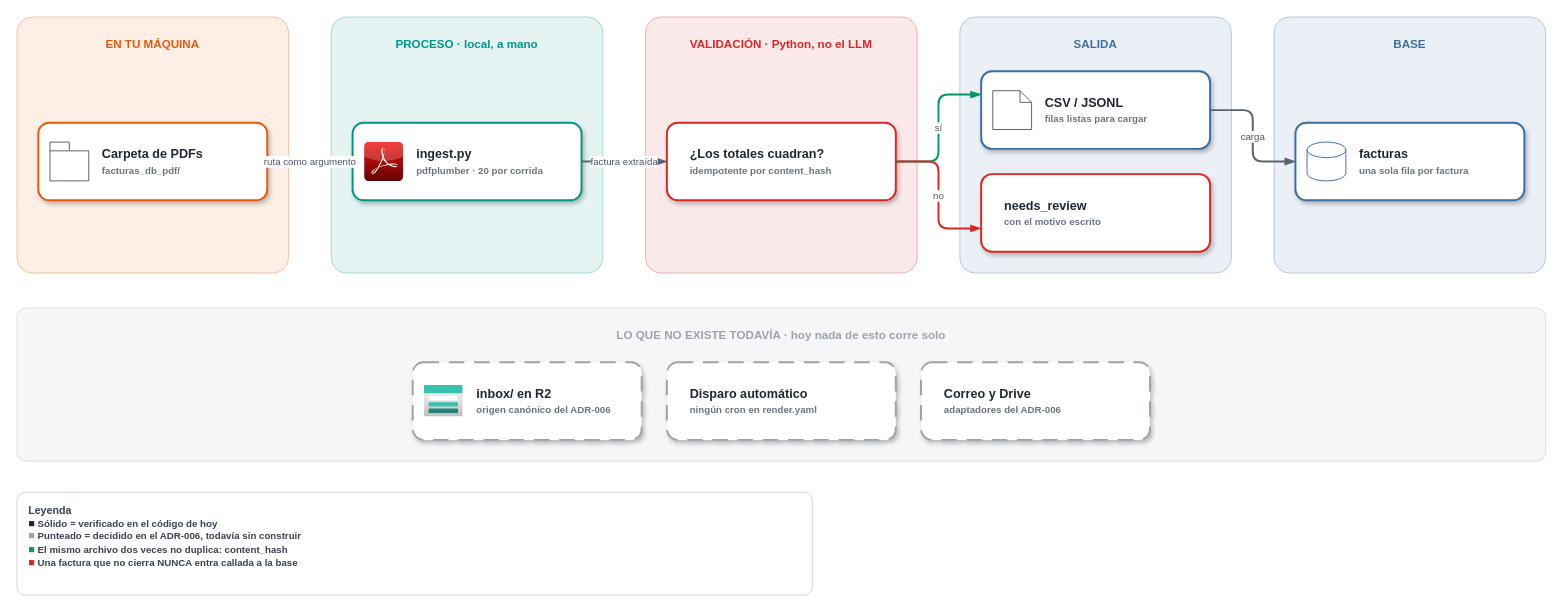
alucard9295-cell/Proyecto-SOMA keeps this draw.io diagram as docs/diagrams/soma-ingesta-factura.drawio. Above is the earlier version. Source tidied: cells renumbered, new cells numbered last; positions are measured from the earlier drawing's top-left corner, leaving out a move shared by most shapes. Both pictures are drawn from the tidied source at 97%, with x=0, y=0 at pixel (16, 16).
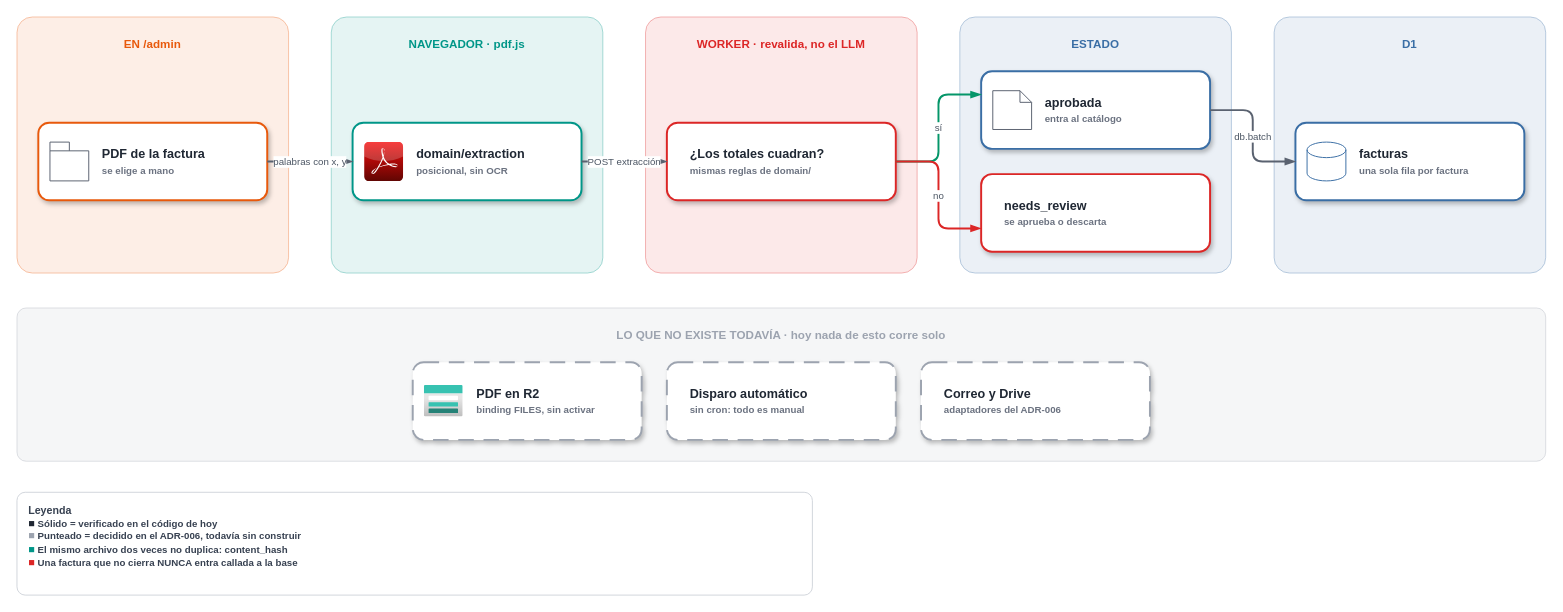
Above is the later version.

The change refers to these unchanged cells:
```xml
<mxCell id="15" value="facturas&lt;br&gt;&lt;font style='font-size:10px' color='#6B7280'&gt;una sola fila por factura&lt;/font&gt;" style="rounded=1;arcSize=14;html=1;whiteSpace=wrap;fillColor=#FFFFFF;strokeColor=#3A6EA5;strokeWidth=2;align=left;spacingLeft=64;verticalAlign=middle;fontSize=13;fontStyle=1;fontColor=#1F2733;shadow=1;" parent="1" vertex="1">
  <mxGeometry x="1318" y="109" width="236" height="80" as="geometry" />
</mxCell>
```

Change to the diagram source:
```diff
@@
-    <mxCell id="2" value="EN TU MÁQUINA" style="rounded=1;arcSize=6;html=1;whiteSpace=wrap;fillColor=#E8590C1A;strokeColor=#E8590C55;dashed=0;verticalAlign=top;align=center;spacingTop=14;fontSize=12;fontStyle=1;fontColor=#E8590C;" parent="1" vertex="1">
+    <mxCell id="2" value="EN /admin" style="rounded=1;arcSize=6;html=1;whiteSpace=wrap;fillColor=#E8590C1A;strokeColor=#E8590C55;dashed=0;verticalAlign=top;align=center;spacingTop=14;fontSize=12;fontStyle=1;fontColor=#E8590C;" parent="1" vertex="1">
       <mxGeometry width="280" height="264" as="geometry" />
     </mxCell>
-    <mxCell id="3" value="Carpeta de PDFs&lt;br&gt;&lt;font style='font-size:10px' color='#6B7280'&gt;facturas_db_pdf/&lt;/font&gt;" style="rounded=1;arcSize=14;html=1;whiteSpace=wrap;fillColor=#FFFFFF;strokeColor=#E8590C;strokeWidth=2;align=left;spacingLeft=64;verticalAlign=middle;fontSize=13;fontStyle=1;fontColor=#1F2733;shadow=1;" parent="1" vertex="1">
+    <mxCell id="3" value="PDF de la factura&lt;br&gt;&lt;font style='font-size:10px' color='#6B7280'&gt;se elige a mano&lt;/font&gt;" style="rounded=1;arcSize=14;html=1;whiteSpace=wrap;fillColor=#FFFFFF;strokeColor=#E8590C;strokeWidth=2;align=left;spacingLeft=64;verticalAlign=middle;fontSize=13;fontStyle=1;fontColor=#1F2733;shadow=1;" parent="1" vertex="1">
       <mxGeometry x="22" y="109" width="236" height="80" as="geometry" />
     </mxCell>
@@
-    <mxCell id="5" value="PROCESO  ·  local, a mano" style="rounded=1;arcSize=6;html=1;whiteSpace=wrap;fillColor=#0096881A;strokeColor=#00968855;dashed=0;verticalAlign=top;align=center;spacingTop=14;fontSize=12;fontStyle=1;fontColor=#009688;" parent="1" vertex="1">
+    <mxCell id="5" value="NAVEGADOR  ·  pdf.js" style="rounded=1;arcSize=6;html=1;whiteSpace=wrap;fillColor=#0096881A;strokeColor=#00968855;dashed=0;verticalAlign=top;align=center;spacingTop=14;fontSize=12;fontStyle=1;fontColor=#009688;" parent="1" vertex="1">
       <mxGeometry x="324" width="280" height="264" as="geometry" />
     </mxCell>
-    <mxCell id="6" value="ingest.py&lt;br&gt;&lt;font style='font-size:10px' color='#6B7280'&gt;pdfplumber  ·  20 por corrida&lt;/font&gt;" style="rounded=1;arcSize=14;html=1;whiteSpace=wrap;fillColor=#FFFFFF;strokeColor=#009688;strokeWidth=2;align=left;spacingLeft=64;verticalAlign=middle;fontSize=13;fontStyle=1;fontColor=#1F2733;shadow=1;" parent="1" vertex="1">
+    <mxCell id="6" value="domain/extraction&lt;br&gt;&lt;font style='font-size:10px' color='#6B7280'&gt;posicional, sin OCR&lt;/font&gt;" style="rounded=1;arcSize=14;html=1;whiteSpace=wrap;fillColor=#FFFFFF;strokeColor=#009688;strokeWidth=2;align=left;spacingLeft=64;verticalAlign=middle;fontSize=13;fontStyle=1;fontColor=#1F2733;shadow=1;" parent="1" vertex="1">
       <mxGeometry x="346" y="109" width="236" height="80" as="geometry" />
     </mxCell>
@@
-    <mxCell id="8" value="VALIDACIÓN  ·  Python, no el LLM" style="rounded=1;arcSize=6;html=1;whiteSpace=wrap;fillColor=#DC26261A;strokeColor=#DC262655;dashed=0;verticalAlign=top;align=center;spacingTop=14;fontSize=12;fontStyle=1;fontColor=#DC2626;" parent="1" vertex="1">
+    <mxCell id="8" value="WORKER  ·  revalida, no el LLM" style="rounded=1;arcSize=6;html=1;whiteSpace=wrap;fillColor=#DC26261A;strokeColor=#DC262655;dashed=0;verticalAlign=top;align=center;spacingTop=14;fontSize=12;fontStyle=1;fontColor=#DC2626;" parent="1" vertex="1">
       <mxGeometry x="648" width="280" height="264" as="geometry" />
     </mxCell>
-    <mxCell id="9" value="¿Los totales cuadran?&lt;br&gt;&lt;font style='font-size:10px' color='#6B7280'&gt;idempotente por content_hash&lt;/font&gt;" style="rounded=1;arcSize=14;html=1;whiteSpace=wrap;fillColor=#FFFFFF;strokeColor=#DC2626;strokeWidth=2;align=left;spacingLeft=22;verticalAlign=middle;fontSize=13;fontStyle=1;fontColor=#1F2733;shadow=1;" parent="1" vertex="1">
+    <mxCell id="9" value="¿Los totales cuadran?&lt;br&gt;&lt;font style='font-size:10px' color='#6B7280'&gt;mismas reglas de domain/&lt;/font&gt;" style="rounded=1;arcSize=14;html=1;whiteSpace=wrap;fillColor=#FFFFFF;strokeColor=#DC2626;strokeWidth=2;align=left;spacingLeft=22;verticalAlign=middle;fontSize=13;fontStyle=1;fontColor=#1F2733;shadow=1;" parent="1" vertex="1">
       <mxGeometry x="670" y="109" width="236" height="80" as="geometry" />
     </mxCell>
-    <mxCell id="10" value="SALIDA" style="rounded=1;arcSize=6;html=1;whiteSpace=wrap;fillColor=#3A6EA51A;strokeColor=#3A6EA555;dashed=0;verticalAlign=top;align=center;spacingTop=14;fontSize=12;fontStyle=1;fontColor=#3A6EA5;" parent="1" vertex="1">
+    <mxCell id="10" value="ESTADO" style="rounded=1;arcSize=6;html=1;whiteSpace=wrap;fillColor=#3A6EA51A;strokeColor=#3A6EA555;dashed=0;verticalAlign=top;align=center;spacingTop=14;fontSize=12;fontStyle=1;fontColor=#3A6EA5;" parent="1" vertex="1">
       <mxGeometry x="972" width="280" height="264" as="geometry" />
     </mxCell>
-    <mxCell id="11" value="CSV / JSONL&lt;br&gt;&lt;font style='font-size:10px' color='#6B7280'&gt;filas listas para cargar&lt;/font&gt;" style="rounded=1;arcSize=14;html=1;whiteSpace=wrap;fillColor=#FFFFFF;strokeColor=#3A6EA5;strokeWidth=2;align=left;spacingLeft=64;verticalAlign=middle;fontSize=13;fontStyle=1;fontColor=#1F2733;shadow=1;" parent="1" vertex="1">
+    <mxCell id="11" value="aprobada&lt;br&gt;&lt;font style='font-size:10px' color='#6B7280'&gt;entra al catálogo&lt;/font&gt;" style="rounded=1;arcSize=14;html=1;whiteSpace=wrap;fillColor=#FFFFFF;strokeColor=#3A6EA5;strokeWidth=2;align=left;spacingLeft=64;verticalAlign=middle;fontSize=13;fontStyle=1;fontColor=#1F2733;shadow=1;" parent="1" vertex="1">
       <mxGeometry x="994" y="56" width="236" height="80" as="geometry" />
     </mxCell>
@@
-    <mxCell id="13" value="needs_review&lt;br&gt;&lt;font style='font-size:10px' color='#6B7280'&gt;con el motivo escrito&lt;/font&gt;" style="rounded=1;arcSize=14;html=1;whiteSpace=wrap;fillColor=#FFFFFF;strokeColor=#DC2626;strokeWidth=2;align=left;spacingLeft=22;verticalAlign=middle;fontSize=13;fontStyle=1;fontColor=#1F2733;shadow=1;" parent="1" vertex="1">
+    <mxCell id="13" value="needs_review&lt;br&gt;&lt;font style='font-size:10px' color='#6B7280'&gt;se aprueba o descarta&lt;/font&gt;" style="rounded=1;arcSize=14;html=1;whiteSpace=wrap;fillColor=#FFFFFF;strokeColor=#DC2626;strokeWidth=2;align=left;spacingLeft=22;verticalAlign=middle;fontSize=13;fontStyle=1;fontColor=#1F2733;shadow=1;" parent="1" vertex="1">
       <mxGeometry x="994" y="162" width="236" height="80" as="geometry" />
     </mxCell>
-    <mxCell id="14" value="BASE" style="rounded=1;arcSize=6;html=1;whiteSpace=wrap;fillColor=#3A6EA51A;strokeColor=#3A6EA555;dashed=0;verticalAlign=top;align=center;spacingTop=14;fontSize=12;fontStyle=1;fontColor=#3A6EA5;" parent="1" vertex="1">
+    <mxCell id="14" value="D1" style="rounded=1;arcSize=6;html=1;whiteSpace=wrap;fillColor=#3A6EA51A;strokeColor=#3A6EA555;dashed=0;verticalAlign=top;align=center;spacingTop=14;fontSize=12;fontStyle=1;fontColor=#3A6EA5;" parent="1" vertex="1">
       <mxGeometry x="1296" width="280" height="264" as="geometry" />
     </mxCell>
@@
-    <mxCell id="17" value="ruta como argumento" style="edgeStyle=orthogonalEdgeStyle;rounded=1;html=1;jumpStyle=arc;jumpSize=8;strokeColor=#5A6270;strokeWidth=2;endArrow=blockThin;endFill=1;fontSize=10;fontColor=#4B5563;labelBackgroundColor=#FFFFFF;exitX=1;exitY=0.5;exitDx=0;exitDy=0;entryX=0;entryY=0.5;entryDx=0;entryDy=0;" parent="1" edge="1" source="3" target="6">
+    <mxCell id="17" value="palabras con x, y" style="edgeStyle=orthogonalEdgeStyle;rounded=1;html=1;jumpStyle=arc;jumpSize=8;strokeColor=#5A6270;strokeWidth=2;endArrow=blockThin;endFill=1;fontSize=10;fontColor=#4B5563;labelBackgroundColor=#FFFFFF;exitX=1;exitY=0.5;exitDx=0;exitDy=0;entryX=0;entryY=0.5;entryDx=0;entryDy=0;" parent="1" edge="1" source="3" target="6">
       <mxGeometry relative="1" as="geometry" />
     </mxCell>
-    <mxCell id="18" value="factura extraída" style="edgeStyle=orthogonalEdgeStyle;rounded=1;html=1;jumpStyle=arc;jumpSize=8;strokeColor=#5A6270;strokeWidth=2;endArrow=blockThin;endFill=1;fontSize=10;fontColor=#4B5563;labelBackgroundColor=#FFFFFF;exitX=1;exitY=0.5;exitDx=0;exitDy=0;entryX=0;entryY=0.5;entryDx=0;entryDy=0;" parent="1" edge="1" source="6" target="9">
+    <mxCell id="18" value="POST extracción" style="edgeStyle=orthogonalEdgeStyle;rounded=1;html=1;jumpStyle=arc;jumpSize=8;strokeColor=#5A6270;strokeWidth=2;endArrow=blockThin;endFill=1;fontSize=10;fontColor=#4B5563;labelBackgroundColor=#FFFFFF;exitX=1;exitY=0.5;exitDx=0;exitDy=0;entryX=0;entryY=0.5;entryDx=0;entryDy=0;" parent="1" edge="1" source="6" target="9">
       <mxGeometry relative="1" as="geometry" />
     </mxCell>
@@
-    <mxCell id="21" value="carga" style="edgeStyle=orthogonalEdgeStyle;rounded=1;html=1;jumpStyle=arc;jumpSize=8;strokeColor=#5A6270;strokeWidth=2;endArrow=blockThin;endFill=1;fontSize=10;fontColor=#4B5563;labelBackgroundColor=#FFFFFF;exitX=1;exitY=0.5;exitDx=0;exitDy=0;entryX=0;entryY=0.5;entryDx=0;entryDy=0;" parent="1" edge="1" source="11" target="15">
+    <mxCell id="21" value="db.batch" style="edgeStyle=orthogonalEdgeStyle;rounded=1;html=1;jumpStyle=arc;jumpSize=8;strokeColor=#5A6270;strokeWidth=2;endArrow=blockThin;endFill=1;fontSize=10;fontColor=#4B5563;labelBackgroundColor=#FFFFFF;exitX=1;exitY=0.5;exitDx=0;exitDy=0;entryX=0;entryY=0.5;entryDx=0;entryDy=0;" parent="1" edge="1" source="11" target="15">
       <mxGeometry relative="1" as="geometry" />
     </mxCell>
@@
-    <mxCell id="23" value="inbox/ en R2&lt;br&gt;&lt;font style='font-size:10px' color='#6B7280'&gt;origen canónico del ADR-006&lt;/font&gt;" style="rounded=1;arcSize=14;html=1;whiteSpace=wrap;fillColor=#FFFFFF;strokeColor=#9CA3AF;strokeWidth=2;align=left;spacingLeft=64;verticalAlign=middle;fontSize=13;fontStyle=1;fontColor=#1F2733;shadow=1;dashed=1;dashPattern=8 5;" parent="1" vertex="1">
+    <mxCell id="23" value="PDF en R2&lt;br&gt;&lt;font style='font-size:10px' color='#6B7280'&gt;binding FILES, sin activar&lt;/font&gt;" style="rounded=1;arcSize=14;html=1;whiteSpace=wrap;fillColor=#FFFFFF;strokeColor=#9CA3AF;strokeWidth=2;align=left;spacingLeft=64;verticalAlign=middle;fontSize=13;fontStyle=1;fontColor=#1F2733;shadow=1;dashed=1;dashPattern=8 5;" parent="1" vertex="1">
       <mxGeometry x="408" y="356" width="236" height="80" as="geometry" />
     </mxCell>
@@
-    <mxCell id="25" value="Disparo automático&lt;br&gt;&lt;font style='font-size:10px' color='#6B7280'&gt;ningún cron en render.yaml&lt;/font&gt;" style="rounded=1;arcSize=14;html=1;whiteSpace=wrap;fillColor=#FFFFFF;strokeColor=#9CA3AF;strokeWidth=2;align=left;spacingLeft=22;verticalAlign=middle;fontSize=13;fontStyle=1;fontColor=#1F2733;shadow=1;dashed=1;dashPattern=8 5;" parent="1" vertex="1">
+    <mxCell id="25" value="Disparo automático&lt;br&gt;&lt;font style='font-size:10px' color='#6B7280'&gt;sin cron: todo es manual&lt;/font&gt;" style="rounded=1;arcSize=14;html=1;whiteSpace=wrap;fillColor=#FFFFFF;strokeColor=#9CA3AF;strokeWidth=2;align=left;spacingLeft=22;verticalAlign=middle;fontSize=13;fontStyle=1;fontColor=#1F2733;shadow=1;dashed=1;dashPattern=8 5;" parent="1" vertex="1">
       <mxGeometry x="670" y="356" width="236" height="80" as="geometry" />
     </mxCell>
```
